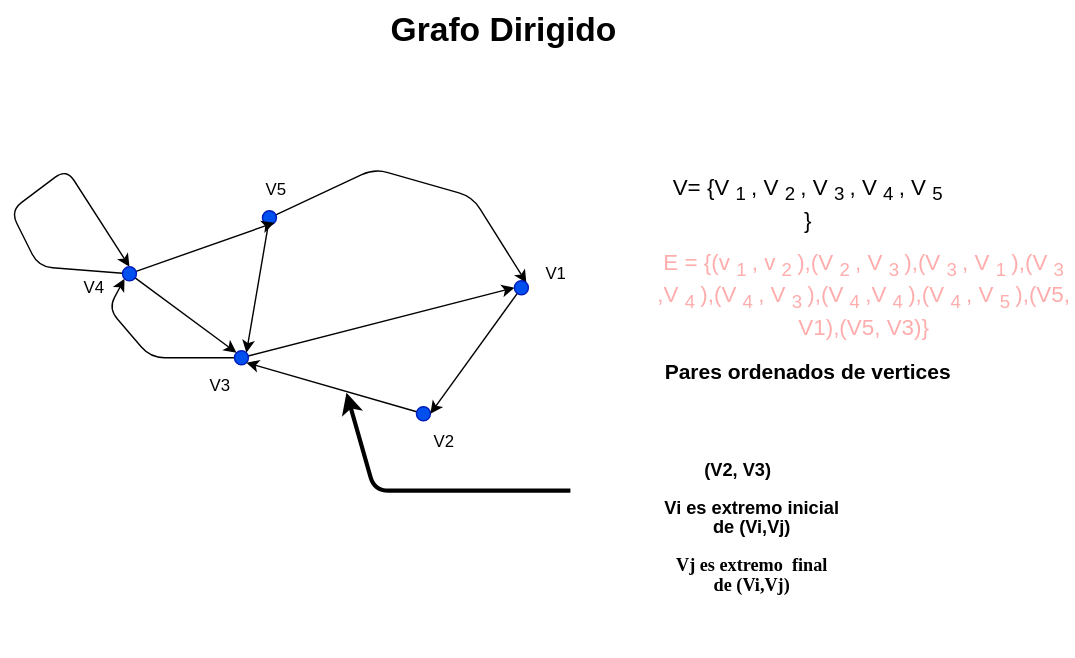
This is Estructura-de-datos/Grafos/Grafo-dir.drawio.svg from Nordcode-cyber/Algoritmos-Estructdatos, a draw.io export, as it was before one commit. Source tidied: cells renumbered, new cells last; positions are measured from the earlier drawing's top-left corner, leaving out a move shared by most shapes.
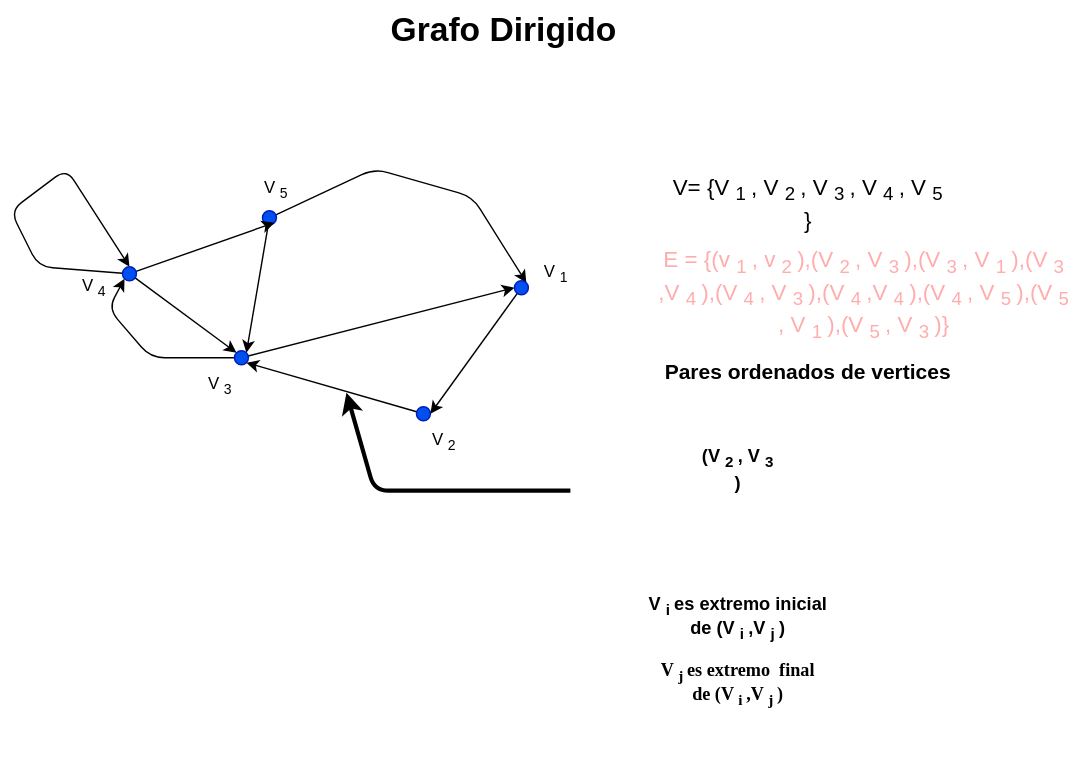
The same diagram one commit later.

Diff of the diagram source:
```diff
@@ -64,25 +64,25 @@
     <mxCell id="16" style="ellipse;whiteSpace=wrap;html=1;fillColor=light-dark(#0050EF,#0000FF);fontColor=#ffffff;strokeColor=#001DBC;" parent="1" vertex="1">
       <mxGeometry x="360" y="200" width="10" height="10" as="geometry" />
     </mxCell>
-    <mxCell id="17" value="&lt;font style=&quot;color: light-dark(rgb(0, 0, 0), rgb(0, 153, 0));&quot;&gt;V1&lt;/font&gt;" style="text;html=1;align=center;verticalAlign=middle;whiteSpace=wrap;rounded=0;" parent="1" vertex="1">
+    <mxCell id="17" value="&lt;font style=&quot;color: light-dark(rgb(0, 0, 0), rgb(0, 153, 0));&quot;&gt;V&lt;sub&gt;1&lt;/sub&gt;&lt;/font&gt;" style="text;html=1;align=center;verticalAlign=middle;whiteSpace=wrap;rounded=0;" parent="1" vertex="1">
       <mxGeometry x="360" y="180" width="60" height="30" as="geometry" />
     </mxCell>
-    <mxCell id="18" value="&lt;font style=&quot;color: light-dark(rgb(0, 0, 0), rgb(0, 153, 0));&quot;&gt;V2&lt;/font&gt;" style="text;html=1;align=center;verticalAlign=middle;whiteSpace=wrap;rounded=0;" parent="1" vertex="1">
+    <mxCell id="18" value="&lt;font style=&quot;color: light-dark(rgb(0, 0, 0), rgb(0, 153, 0));&quot;&gt;V&lt;sub&gt;2&lt;/sub&gt;&lt;/font&gt;" style="text;html=1;align=center;verticalAlign=middle;whiteSpace=wrap;rounded=0;" parent="1" vertex="1">
       <mxGeometry x="280" y="300" width="60" height="30" as="geometry" />
     </mxCell>
-    <mxCell id="19" value="&lt;font style=&quot;color: light-dark(rgb(0, 0, 0), rgb(0, 153, 0));&quot;&gt;V3&lt;/font&gt;" style="text;html=1;align=center;verticalAlign=middle;whiteSpace=wrap;rounded=0;" parent="1" vertex="1">
+    <mxCell id="19" value="&lt;font style=&quot;color: light-dark(rgb(0, 0, 0), rgb(0, 153, 0));&quot;&gt;V&lt;sub&gt;3&lt;/sub&gt;&lt;/font&gt;" style="text;html=1;align=center;verticalAlign=middle;whiteSpace=wrap;rounded=0;" parent="1" vertex="1">
       <mxGeometry x="120" y="260" width="60" height="30" as="geometry" />
     </mxCell>
-    <mxCell id="20" value="&lt;font style=&quot;color: light-dark(rgb(0, 0, 0), rgb(0, 153, 0));&quot;&gt;V4&lt;/font&gt;" style="text;html=1;align=center;verticalAlign=middle;whiteSpace=wrap;rounded=0;" parent="1" vertex="1">
+    <mxCell id="20" value="&lt;font style=&quot;color: light-dark(rgb(0, 0, 0), rgb(0, 153, 0));&quot;&gt;V&lt;sub&gt;4&lt;/sub&gt;&lt;/font&gt;" style="text;html=1;align=center;verticalAlign=middle;whiteSpace=wrap;rounded=0;" parent="1" vertex="1">
       <mxGeometry x="30" y="190" width="60" height="30" as="geometry" />
     </mxCell>
-    <mxCell id="21" value="&lt;font style=&quot;color: light-dark(rgb(0, 0, 0), rgb(0, 153, 0));&quot;&gt;V5&lt;/font&gt;" style="text;html=1;align=center;verticalAlign=middle;whiteSpace=wrap;rounded=0;" parent="1" vertex="1">
+    <mxCell id="21" value="&lt;font style=&quot;color: light-dark(rgb(0, 0, 0), rgb(0, 153, 0));&quot;&gt;V&lt;sub&gt;5&lt;/sub&gt;&lt;/font&gt;" style="text;html=1;align=center;verticalAlign=middle;whiteSpace=wrap;rounded=0;" parent="1" vertex="1">
       <mxGeometry x="160" y="120" width="60" height="30" as="geometry" />
     </mxCell>
     <mxCell id="22" value="&lt;font style=&quot;color: light-dark(rgb(0, 0, 0), rgb(178, 0, 0)); font-size: 16px;&quot;&gt;V= {V&lt;sub&gt;1&lt;/sub&gt;, V&lt;sub&gt;2&lt;/sub&gt;, V&lt;sub&gt;3&lt;/sub&gt;, V&lt;sub&gt;4&lt;/sub&gt;, V&lt;sub&gt;5&lt;/sub&gt;}&lt;/font&gt;" style="text;html=1;align=center;verticalAlign=middle;whiteSpace=wrap;rounded=0;" parent="1" vertex="1">
       <mxGeometry x="470" y="130" width="200" height="30" as="geometry" />
     </mxCell>
-    <mxCell id="23" value="&lt;font style=&quot;color: light-dark(rgb(255, 172, 172), rgb(0, 153, 0)); font-size: 16px;&quot;&gt;E = {(v&lt;sub&gt;1&lt;/sub&gt;, v&lt;sub&gt;2&lt;/sub&gt;),(V&lt;sub&gt;2&lt;/sub&gt;, V&lt;sub&gt;3&lt;/sub&gt;),(V&lt;sub&gt;3&lt;/sub&gt;, V&lt;sub&gt;1&lt;/sub&gt;),(V&lt;sub&gt;3&lt;/sub&gt;,V&lt;sub&gt;4&lt;/sub&gt;),(V&lt;sub&gt;4&lt;/sub&gt;, V&lt;sub&gt;3&lt;/sub&gt;),(V&lt;sub&gt;4&lt;/sub&gt;,V&lt;sub&gt;4&lt;/sub&gt;),(V&lt;sub&gt;4&lt;/sub&gt;, V&lt;sub&gt;5&lt;/sub&gt;),(V5, V1),(V5, V3)}&lt;/font&gt;" style="text;html=1;align=center;verticalAlign=middle;whiteSpace=wrap;rounded=0;" parent="1" vertex="1">
+    <mxCell id="23" value="&lt;font style=&quot;color: light-dark(rgb(255, 172, 172), rgb(0, 153, 0)); font-size: 16px;&quot;&gt;E = {(v&lt;sub&gt;1&lt;/sub&gt;, v&lt;sub&gt;2&lt;/sub&gt;),(V&lt;sub&gt;2&lt;/sub&gt;, V&lt;sub&gt;3&lt;/sub&gt;),(V&lt;sub&gt;3&lt;/sub&gt;, V&lt;sub&gt;1&lt;/sub&gt;),(V&lt;sub&gt;3&lt;/sub&gt;,V&lt;sub&gt;4&lt;/sub&gt;),(V&lt;sub&gt;4&lt;/sub&gt;, V&lt;sub&gt;3&lt;/sub&gt;),(V&lt;sub&gt;4&lt;/sub&gt;,V&lt;sub&gt;4&lt;/sub&gt;),(V&lt;sub&gt;4&lt;/sub&gt;, V&lt;sub&gt;5&lt;/sub&gt;),(V&lt;sub&gt;5&lt;/sub&gt;, V&lt;sub&gt;1&lt;/sub&gt;),(V&lt;sub&gt;5&lt;/sub&gt;, V&lt;sub&gt;3&lt;/sub&gt;)}&lt;/font&gt;" style="text;html=1;align=center;verticalAlign=middle;whiteSpace=wrap;rounded=0;" parent="1" vertex="1">
       <mxGeometry x="460" y="170" width="300" height="80" as="geometry" />
     </mxCell>
     <mxCell id="24" value="&lt;font style=&quot;color: light-dark(rgb(0, 0, 0), rgb(250, 253, 255)); font-size: 15px;&quot;&gt;&lt;b style=&quot;&quot;&gt;Pares ordenados de vertices&lt;/b&gt;&lt;/font&gt;" style="text;html=1;align=center;verticalAlign=middle;whiteSpace=wrap;rounded=0;" parent="1" vertex="1">
@@ -97,11 +97,11 @@
         </Array>
       </mxGeometry>
     </mxCell>
-    <mxCell id="26" value="&lt;font style=&quot;font-size: 13px;&quot;&gt;&lt;b&gt;(V2, V3)&lt;/b&gt;&lt;/font&gt;" style="text;html=1;align=center;verticalAlign=middle;whiteSpace=wrap;rounded=0;" parent="1" vertex="1">
+    <mxCell id="26" value="&lt;font style=&quot;font-size: 13px;&quot;&gt;&lt;b&gt;(V&lt;sub&gt;2&lt;/sub&gt;, V&lt;sub&gt;3&lt;/sub&gt;)&lt;/b&gt;&lt;/font&gt;" style="text;html=1;align=center;verticalAlign=middle;whiteSpace=wrap;rounded=0;" parent="1" vertex="1">
       <mxGeometry x="490" y="320" width="60" height="30" as="geometry" />
     </mxCell>
-    <mxCell id="27" value="&lt;p class=&quot;MsoNormal&quot;&gt;&lt;span style=&quot;line-height: 107%;&quot; lang=&quot;ES&quot;&gt;&lt;font style=&quot;font-size: 13px; color: light-dark(rgb(0, 0, 0), rgb(255, 159, 127));&quot;&gt;&lt;b style=&quot;&quot;&gt;Vi es extremo inicial&lt;br&gt;de (Vi,Vj)&lt;/b&gt;&lt;/font&gt;&lt;/span&gt;&lt;/p&gt;&lt;p class=&quot;MsoNormal&quot;&gt;&lt;span style=&quot;line-height: 107%; font-family: &amp;quot;Times New Roman&amp;quot;, serif;&quot; lang=&quot;ES&quot;&gt;&lt;font style=&quot;font-size: 13px; color: light-dark(rgb(0, 0, 0), rgb(255, 159, 127));&quot;&gt;&lt;b style=&quot;&quot;&gt;Vj es extremo&amp;nbsp; final&amp;nbsp;&lt;br&gt;de (Vi,Vj)&lt;/b&gt;&lt;/font&gt;&lt;span style=&quot;font-size: 12pt;&quot;&gt;&lt;/span&gt;&lt;/span&gt;&lt;/p&gt;" style="text;html=1;align=center;verticalAlign=middle;whiteSpace=wrap;rounded=0;" parent="1" vertex="1">
-      <mxGeometry x="350" y="310" width="360" height="160" as="geometry" />
+    <mxCell id="27" value="&lt;p class=&quot;MsoNormal&quot;&gt;&lt;span style=&quot;line-height: 107%;&quot; lang=&quot;ES&quot;&gt;&lt;font style=&quot;font-size: 13px; color: light-dark(rgb(0, 0, 0), rgb(255, 159, 127));&quot;&gt;&lt;b style=&quot;&quot;&gt;V&lt;sub&gt;i&lt;/sub&gt; es extremo inicial&lt;br&gt;de (V&lt;sub&gt;i&lt;/sub&gt;,V&lt;sub&gt;j&lt;/sub&gt;)&lt;/b&gt;&lt;/font&gt;&lt;/span&gt;&lt;/p&gt;&lt;p class=&quot;MsoNormal&quot;&gt;&lt;span style=&quot;line-height: 107%; font-family: &amp;quot;Times New Roman&amp;quot;, serif;&quot; lang=&quot;ES&quot;&gt;&lt;font style=&quot;font-size: 13px; color: light-dark(rgb(0, 0, 0), rgb(255, 159, 127));&quot;&gt;&lt;b style=&quot;&quot;&gt;V&lt;sub&gt;j&lt;/sub&gt; es extremo&amp;nbsp; final&amp;nbsp;&lt;br&gt;de (V&lt;sub&gt;i&lt;/sub&gt;,V&lt;sub&gt;j&lt;/sub&gt;)&lt;/b&gt;&lt;/font&gt;&lt;span style=&quot;font-size: 12pt;&quot;&gt;&lt;/span&gt;&lt;/span&gt;&lt;/p&gt;" style="text;html=1;align=center;verticalAlign=middle;whiteSpace=wrap;rounded=0;" parent="1" vertex="1">
+      <mxGeometry x="340" y="385" width="360" height="160" as="geometry" />
     </mxCell>
   </root>
 </mxGraphModel>
```
